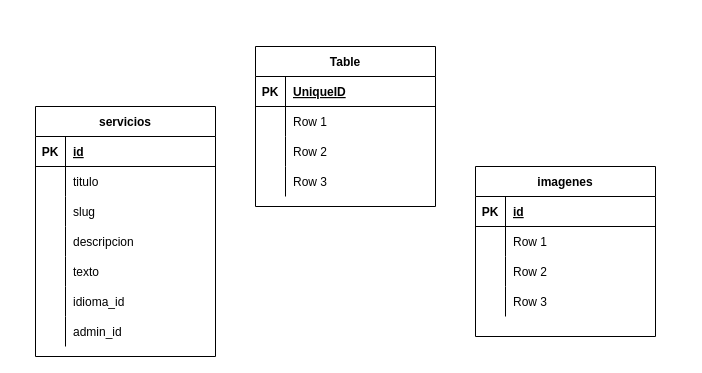
josecienty/ArrayActivity keeps this draw.io diagram as DBGREEN.drawio. Above is the earlier version. Source tidied: cells renumbered, new cells numbered last; positions are measured from the earlier drawing's top-left corner, leaving out a move shared by most shapes. Both pictures are drawn from the tidied source at 100%, with x=0, y=0 at pixel (35, 46).
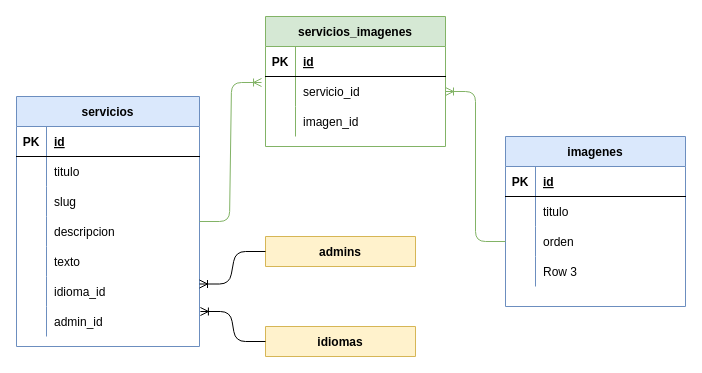
After the change.

Unchanged cells that the change refers to:
```xml
<mxCell id="25" style="shape=partialRectangle;fillColor=none;top=0;left=0;bottom=1;right=0;" parent="24" vertex="1">
  <mxGeometry y="30" width="180" height="30" as="geometry" />
</mxCell>
<mxCell id="28" style="shape=partialRectangle;fillColor=none;top=0;left=0;bottom=0;right=0;points=[[0,0.5],[1,0.5]];portConstraint=eastwest;" parent="24" vertex="1">
  <mxGeometry y="60" width="180" height="30" as="geometry" />
</mxCell>
<mxCell id="31" style="shape=partialRectangle;fillColor=none;top=0;left=0;bottom=0;right=0;" parent="24" vertex="1">
  <mxGeometry y="90" width="180" height="30" as="geometry" />
</mxCell>
<mxCell id="41" style="shape=partialRectangle;fillColor=none;top=0;left=0;bottom=0;right=0;" parent="37" vertex="1">
  <mxGeometry y="60" width="180" height="30" as="geometry" />
</mxCell>
<mxCell id="44" style="shape=partialRectangle;fillColor=none;top=0;left=0;bottom=0;right=0;points=[[0,0.5],[1,0.5]];portConstraint=eastwest;" parent="37" vertex="1">
  <mxGeometry y="90" width="180" height="30" as="geometry" />
</mxCell>
```

Diff of the diagram source:
```diff
@@
-    <mxCell id="2" value="servicios" style="shape=table;startSize=30;childLayout=tableLayout;rowLines=0;fontStyle=1;align=center;" parent="1" vertex="1">
-      <mxGeometry y="60" width="180" height="250" as="geometry" />
+    <mxCell id="2" value="servicios" style="shape=table;startSize=30;childLayout=tableLayout;rowLines=0;fontStyle=1;align=center;fillColor=#dae8fc;strokeColor=#6c8ebf;" parent="1" vertex="1">
+      <mxGeometry x="-19" y="50" width="183" height="250" as="geometry" />
     </mxCell>
     <mxCell id="3" style="shape=partialRectangle;fillColor=none;top=0;left=0;bottom=1;right=0;" parent="2" vertex="1">
-      <mxGeometry y="30" width="180" height="30" as="geometry" />
+      <mxGeometry y="30" width="183" height="30" as="geometry" />
     </mxCell>
@@
     <mxCell id="5" value="id" style="shape=partialRectangle;fillColor=none;top=0;left=0;bottom=0;right=0;align=left;spacingLeft=6;fontStyle=5;overflow=hidden;" parent="3" vertex="1">
-      <mxGeometry x="30" width="150" height="30" as="geometry" />
+      <mxGeometry x="30" width="153" height="30" as="geometry" />
     </mxCell>
     <mxCell id="6" style="shape=partialRectangle;fillColor=none;top=0;left=0;bottom=0;right=0;" parent="2" vertex="1">
-      <mxGeometry y="60" width="180" height="30" as="geometry" />
+      <mxGeometry y="60" width="183" height="30" as="geometry" />
     </mxCell>
@@
     <mxCell id="8" value="titulo" style="shape=partialRectangle;fillColor=none;top=0;left=0;bottom=0;right=0;align=left;spacingLeft=6;overflow=hidden;" parent="6" vertex="1">
-      <mxGeometry x="30" width="150" height="30" as="geometry" />
+      <mxGeometry x="30" width="153" height="30" as="geometry" />
     </mxCell>
     <mxCell id="9" style="shape=partialRectangle;fillColor=none;top=0;left=0;bottom=0;right=0;" parent="2" vertex="1">
-      <mxGeometry y="90" width="180" height="30" as="geometry" />
+      <mxGeometry y="90" width="183" height="30" as="geometry" />
     </mxCell>
@@
     <mxCell id="11" value="slug" style="shape=partialRectangle;fillColor=none;top=0;left=0;bottom=0;right=0;align=left;spacingLeft=6;overflow=hidden;" parent="9" vertex="1">
-      <mxGeometry x="30" width="150" height="30" as="geometry" />
+      <mxGeometry x="30" width="153" height="30" as="geometry" />
     </mxCell>
     <mxCell id="12" style="shape=partialRectangle;fillColor=none;top=0;left=0;bottom=0;right=0;" parent="2" vertex="1">
-      <mxGeometry y="120" width="180" height="30" as="geometry" />
+      <mxGeometry y="120" width="183" height="30" as="geometry" />
     </mxCell>
@@
     <mxCell id="14" value="descripcion" style="shape=partialRectangle;fillColor=none;top=0;left=0;bottom=0;right=0;align=left;spacingLeft=6;overflow=hidden;" parent="12" vertex="1">
-      <mxGeometry x="30" width="150" height="30" as="geometry" />
+      <mxGeometry x="30" width="153" height="30" as="geometry" />
     </mxCell>
     <mxCell id="15" style="shape=partialRectangle;fillColor=none;top=0;left=0;bottom=0;right=0;" parent="2" vertex="1">
-      <mxGeometry y="150" width="180" height="30" as="geometry" />
+      <mxGeometry y="150" width="183" height="30" as="geometry" />
     </mxCell>
@@
     <mxCell id="17" value="texto" style="shape=partialRectangle;fillColor=none;top=0;left=0;bottom=0;right=0;align=left;spacingLeft=6;overflow=hidden;" parent="15" vertex="1">
-      <mxGeometry x="30" width="150" height="30" as="geometry" />
+      <mxGeometry x="30" width="153" height="30" as="geometry" />
     </mxCell>
     <mxCell id="18" style="shape=partialRectangle;fillColor=none;top=0;left=0;bottom=0;right=0;" parent="2" vertex="1">
-      <mxGeometry y="180" width="180" height="30" as="geometry" />
+      <mxGeometry y="180" width="183" height="30" as="geometry" />
     </mxCell>
@@
     <mxCell id="20" value="idioma_id" style="shape=partialRectangle;fillColor=none;top=0;left=0;bottom=0;right=0;align=left;spacingLeft=6;overflow=hidden;" parent="18" vertex="1">
-      <mxGeometry x="30" width="150" height="30" as="geometry" />
+      <mxGeometry x="30" width="153" height="30" as="geometry" />
     </mxCell>
     <mxCell id="21" style="shape=partialRectangle;fillColor=none;top=0;left=0;bottom=0;right=0;points=[[0,0.5],[1,0.5]];portConstraint=eastwest;" parent="2" vertex="1">
-      <mxGeometry y="210" width="180" height="30" as="geometry" />
+      <mxGeometry y="210" width="183" height="30" as="geometry" />
     </mxCell>
@@
     <mxCell id="23" value="admin_id" style="shape=partialRectangle;fillColor=none;top=0;left=0;bottom=0;right=0;align=left;spacingLeft=6;overflow=hidden;" parent="21" vertex="1">
-      <mxGeometry x="30" width="150" height="30" as="geometry" />
+      <mxGeometry x="30" width="153" height="30" as="geometry" />
     </mxCell>
-    <mxCell id="24" value="Table" style="shape=table;startSize=30;childLayout=tableLayout;rowLines=0;fontStyle=1;align=center;" parent="1" vertex="1">
-      <mxGeometry x="220" width="180" height="160" as="geometry" />
+    <mxCell id="24" value="servicios_imagenes" style="shape=table;startSize=30;childLayout=tableLayout;rowLines=0;fontStyle=1;align=center;fillColor=#d5e8d4;strokeColor=#82b366;" parent="1" vertex="1">
+      <mxGeometry x="230" y="-30" width="180" height="130" as="geometry" />
     </mxCell>
@@
-    <mxCell id="27" value="UniqueID" style="shape=partialRectangle;fillColor=none;top=0;left=0;bottom=0;right=0;align=left;spacingLeft=6;fontStyle=5;overflow=hidden;" parent="25" vertex="1">
+    <mxCell id="27" value="id" style="shape=partialRectangle;fillColor=none;top=0;left=0;bottom=0;right=0;align=left;spacingLeft=6;fontStyle=5;overflow=hidden;" parent="25" vertex="1">
       <mxGeometry x="30" width="150" height="30" as="geometry" />
     </mxCell>
@@
-    <mxCell id="30" value="Row 1" style="shape=partialRectangle;fillColor=none;top=0;left=0;bottom=0;right=0;align=left;spacingLeft=6;overflow=hidden;" parent="28" vertex="1">
+    <mxCell id="30" value="servicio_id" style="shape=partialRectangle;fillColor=none;top=0;left=0;bottom=0;right=0;align=left;spacingLeft=6;overflow=hidden;" parent="28" vertex="1">
       <mxGeometry x="30" width="150" height="30" as="geometry" />
     </mxCell>
@@
-    <mxCell id="33" value="Row 2" style="shape=partialRectangle;fillColor=none;top=0;left=0;bottom=0;right=0;align=left;spacingLeft=6;overflow=hidden;" parent="31" vertex="1">
+    <mxCell id="33" value="imagen_id" style="shape=partialRectangle;fillColor=none;top=0;left=0;bottom=0;right=0;align=left;spacingLeft=6;overflow=hidden;" parent="31" vertex="1">
       <mxGeometry x="30" width="150" height="30" as="geometry" />
     </mxCell>
-    <mxCell id="34" style="shape=partialRectangle;fillColor=none;top=0;left=0;bottom=0;right=0;" parent="24" vertex="1">
-      <mxGeometry y="120" width="180" height="30" as="geometry" />
-    </mxCell>
-    <mxCell id="35" style="shape=partialRectangle;fillColor=none;top=0;left=0;bottom=0;right=0;overflow=hidden;" parent="34" vertex="1">
-      <mxGeometry width="30" height="30" as="geometry" />
-    </mxCell>
-    <mxCell id="36" value="Row 3" style="shape=partialRectangle;fillColor=none;top=0;left=0;bottom=0;right=0;align=left;spacingLeft=6;overflow=hidden;" parent="34" vertex="1">
-      <mxGeometry x="30" width="150" height="30" as="geometry" />
-    </mxCell>
-    <mxCell id="37" value="imagenes" style="shape=table;startSize=30;childLayout=tableLayout;rowLines=0;fontStyle=1;align=center;" parent="1" vertex="1">
-      <mxGeometry x="440" y="120" width="180" height="170" as="geometry" />
+    <mxCell id="37" value="imagenes" style="shape=table;startSize=30;childLayout=tableLayout;rowLines=0;fontStyle=1;align=center;fillColor=#dae8fc;strokeColor=#6c8ebf;" parent="1" vertex="1">
+      <mxGeometry x="470" y="90" width="180" height="170" as="geometry" />
     </mxCell>
@@
-    <mxCell id="43" value="Row 1" style="shape=partialRectangle;fillColor=none;top=0;left=0;bottom=0;right=0;align=left;spacingLeft=6;overflow=hidden;" parent="41" vertex="1">
+    <mxCell id="43" value="titulo" style="shape=partialRectangle;fillColor=none;top=0;left=0;bottom=0;right=0;align=left;spacingLeft=6;overflow=hidden;" parent="41" vertex="1">
       <mxGeometry x="30" width="150" height="30" as="geometry" />
     </mxCell>
@@
-    <mxCell id="46" value="Row 2" style="shape=partialRectangle;fillColor=none;top=0;left=0;bottom=0;right=0;align=left;spacingLeft=6;overflow=hidden;" parent="44" vertex="1">
+    <mxCell id="46" value="orden" style="shape=partialRectangle;fillColor=none;top=0;left=0;bottom=0;right=0;align=left;spacingLeft=6;overflow=hidden;" parent="44" vertex="1">
       <mxGeometry x="30" width="150" height="30" as="geometry" />
     </mxCell>
@@
+    <mxCell id="50" style="edgeStyle=entityRelationEdgeStyle;fontSize=12;html=1;endArrow=ERoneToMany;entryX=-0.022;entryY=0.2;entryDx=0;entryDy=0;entryPerimeter=0;exitX=1;exitY=0.5;exitDx=0;exitDy=0;fillColor=#d5e8d4;strokeColor=#82b366;" parent="1" edge="1" source="2" target="28">
+      <mxGeometry relative="1" as="geometry" />
+    </mxCell>
+    <mxCell id="51" style="edgeStyle=entityRelationEdgeStyle;fontSize=12;html=1;endArrow=ERoneToMany;entryX=1;entryY=0.5;entryDx=0;entryDy=0;exitX=0;exitY=0.5;exitDx=0;exitDy=0;fillColor=#d5e8d4;strokeColor=#82b366;" parent="1" edge="1" source="44" target="28">
+      <mxGeometry relative="1" as="geometry" />
+    </mxCell>
+    <mxCell id="52" value="idiomas" style="shape=table;startSize=30;childLayout=tableLayout;rowLines=0;fontStyle=1;align=center;fillColor=#fff2cc;strokeColor=#d6b656;" parent="1" vertex="1" collapsed="1">
+      <mxGeometry x="230" y="280" width="150" height="30" as="geometry" />
+    </mxCell>
+    <mxCell id="53" value="admins" style="shape=table;startSize=30;childLayout=tableLayout;rowLines=0;fontStyle=1;align=center;fillColor=#fff2cc;strokeColor=#d6b656;" parent="1" vertex="1" collapsed="1">
+      <mxGeometry x="230" y="190" width="150" height="30" as="geometry" />
+    </mxCell>
+    <mxCell id="54" style="edgeStyle=entityRelationEdgeStyle;fontSize=12;html=1;endArrow=ERoneToMany;exitX=0;exitY=0.5;exitDx=0;exitDy=0;entryX=1;entryY=0.75;entryDx=0;entryDy=0;" parent="1" edge="1" source="53" target="2">
+      <mxGeometry relative="1" as="geometry" />
+    </mxCell>
+    <mxCell id="55" style="edgeStyle=entityRelationEdgeStyle;fontSize=12;html=1;endArrow=ERoneToMany;entryX=1.005;entryY=0.167;entryDx=0;entryDy=0;entryPerimeter=0;exitX=0;exitY=0.5;exitDx=0;exitDy=0;" parent="1" edge="1" source="52" target="21">
+      <mxGeometry relative="1" as="geometry" />
+    </mxCell>
```
